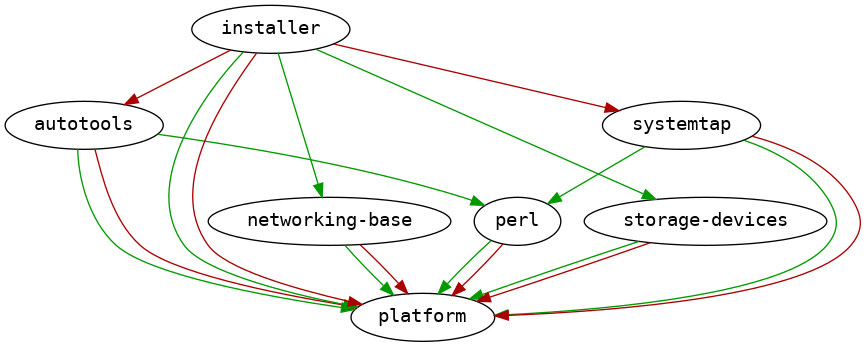
fedora-modularity/dependency-report keeps this Graphviz diagram as img/module-deps.png. Above is the earlier version. Its source is kept beside it as img/module-deps.dot. Source of this version:
```dot
digraph G {
  node [fontname=monospace];
  "autotools" -> "platform" [color="#009900"];
  "autotools" -> "perl" [color="#009900"];
  "autotools" -> "platform" [color="#aa0000"];
  "installer" -> "platform" [color="#009900"];
  "installer" -> "networking-base" [color="#009900"];
  "installer" -> "storage-devices" [color="#009900"];
  "installer" -> "platform" [color="#aa0000"];
  "installer" -> "systemtap" [color="#aa0000"];
  "installer" -> "autotools" [color="#aa0000"];
  "networking-base" -> "platform" [color="#009900"];
  "networking-base" -> "platform" [color="#aa0000"];
  "perl" -> "platform" [color="#009900"];
  "perl" -> "platform" [color="#aa0000"];
  "storage-devices" -> "platform" [color="#009900"];
  "storage-devices" -> "platform" [color="#aa0000"];
  "systemtap" -> "platform" [color="#009900"];
  "systemtap" -> "perl" [color="#009900"];
  "systemtap" -> "platform" [color="#aa0000"];
}
```
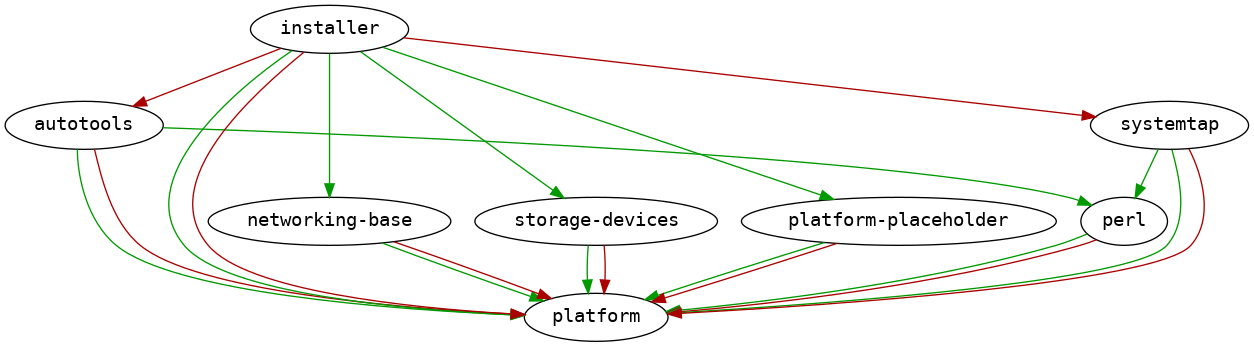
The same diagram one commit later.

What changed in the source:
```diff
@@ -6,6 +6,7 @@
   "installer" -> "platform" [color="#009900"];
   "installer" -> "networking-base" [color="#009900"];
   "installer" -> "storage-devices" [color="#009900"];
+  "installer" -> "platform-placeholder" [color="#009900"];
   "installer" -> "platform" [color="#aa0000"];
   "installer" -> "systemtap" [color="#aa0000"];
   "installer" -> "autotools" [color="#aa0000"];
@@ -13,6 +14,8 @@
   "networking-base" -> "platform" [color="#aa0000"];
   "perl" -> "platform" [color="#009900"];
   "perl" -> "platform" [color="#aa0000"];
+  "platform-placeholder" -> "platform" [color="#009900"];
+  "platform-placeholder" -> "platform" [color="#aa0000"];
   "storage-devices" -> "platform" [color="#009900"];
   "storage-devices" -> "platform" [color="#aa0000"];
   "systemtap" -> "platform" [color="#009900"];
```
